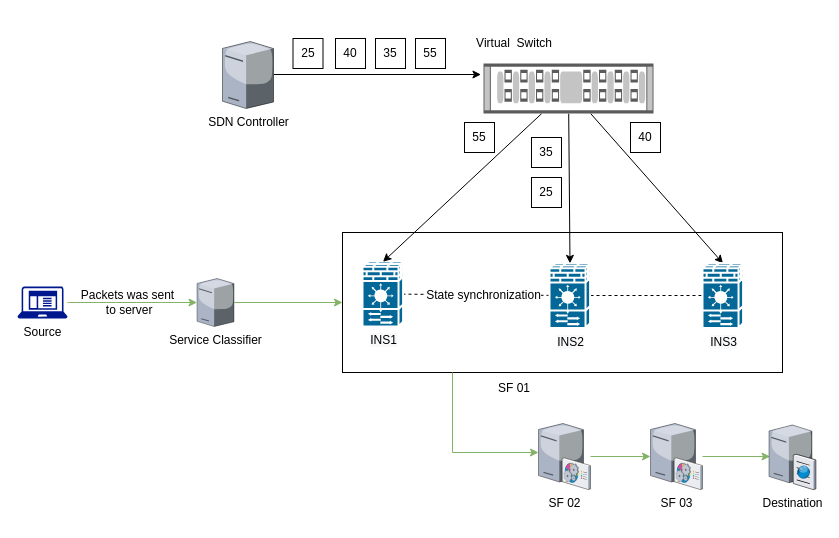
Above: Auto Scaling SFC.drawio in nhbinh/draw.io (draw.io), before the change. Source tidied: cells renumbered, new cells numbered last; positions are measured from the earlier drawing's top-left corner, leaving out a move shared by most shapes. Both pictures are drawn from the tidied source at 100%, with x=0, y=0 at pixel (17, 33).
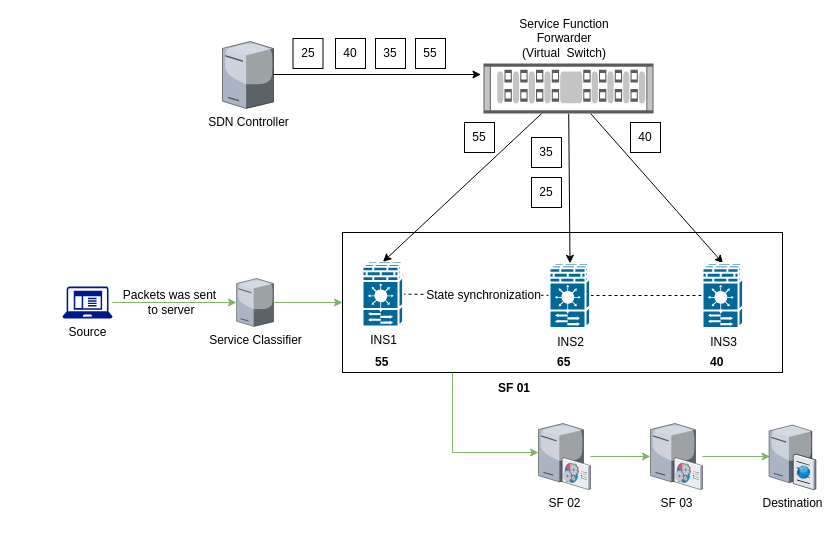
The same page after the edit.

Change to the diagram source:
```diff
@@
     <mxCell id="16" value="Source" style="shadow=0;dashed=0;html=1;strokeColor=none;labelPosition=center;verticalLabelPosition=bottom;verticalAlign=top;align=center;shape=mxgraph.mscae.enterprise.client_application;fillColor=#00188D;" parent="1" vertex="1">
-      <mxGeometry y="253" width="50" height="32" as="geometry" />
+      <mxGeometry x="45" y="253" width="50" height="32" as="geometry" />
     </mxCell>
     <mxCell id="17" value="Service Classifier" style="verticalLabelPosition=bottom;html=1;verticalAlign=top;strokeColor=none;align=center;outlineConnect=0;shape=mxgraph.citrix.license_server;" parent="1" vertex="1">
-      <mxGeometry x="179.5" y="245" width="37" height="48" as="geometry" />
+      <mxGeometry x="219" y="245" width="37" height="48" as="geometry" />
     </mxCell>
@@
-    <mxCell id="23" value="Virtual&amp;nbsp; Switch" style="text;html=1;strokeColor=none;fillColor=none;align=center;verticalAlign=middle;whiteSpace=wrap;rounded=0;dashed=1;dashPattern=1 1;" parent="1" vertex="1">
-      <mxGeometry x="447" width="100" height="20" as="geometry" />
+    <mxCell id="23" value="Service Function Forwarder&lt;br&gt;(Virtual&amp;nbsp; Switch)" style="text;html=1;strokeColor=none;fillColor=none;align=center;verticalAlign=middle;whiteSpace=wrap;rounded=0;dashed=1;dashPattern=1 1;" parent="1" vertex="1">
+      <mxGeometry x="497" y="-5" width="100" height="20" as="geometry" />
     </mxCell>
@@
-    <mxCell id="34" value="SF 01" style="text;html=1;align=left;verticalAlign=top;spacingTop=-4;" parent="1" vertex="1">
+    <mxCell id="34" value="&lt;b&gt;SF 01&lt;/b&gt;" style="text;html=1;align=left;verticalAlign=top;spacingTop=-4;" parent="1" vertex="1">
       <mxGeometry x="479" y="345" width="50" height="20" as="geometry" />
     </mxCell>
@@
+    <mxCell id="36" value="&lt;b&gt;55&lt;/b&gt;" style="text;html=1;align=left;verticalAlign=top;spacingTop=-4;" parent="1" vertex="1">
+      <mxGeometry x="356" y="319" width="30" height="20" as="geometry" />
+    </mxCell>
+    <mxCell id="37" value="&lt;b&gt;65&lt;/b&gt;" style="text;html=1;align=left;verticalAlign=top;spacingTop=-4;" parent="1" vertex="1">
+      <mxGeometry x="537.5" y="319" width="30" height="20" as="geometry" />
+    </mxCell>
+    <mxCell id="38" value="&lt;b&gt;40&lt;/b&gt;" style="text;html=1;align=left;verticalAlign=top;spacingTop=-4;" parent="1" vertex="1">
+      <mxGeometry x="690.5" y="319" width="30" height="20" as="geometry" />
+    </mxCell>
```
